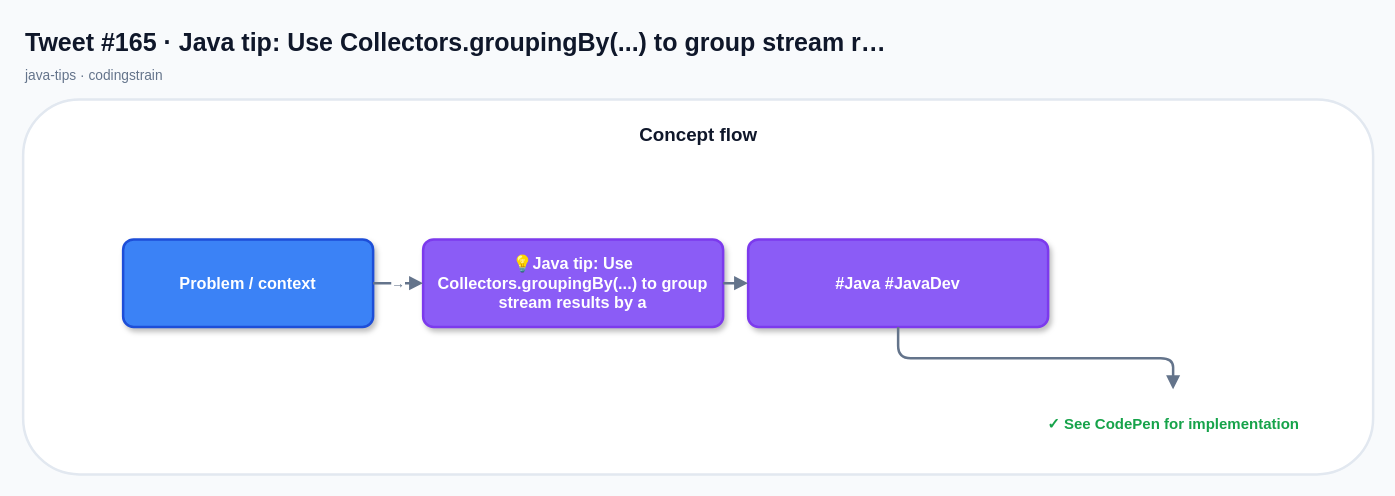
Before: x-posts-examples/generated-x-posts/drawio/tweet-165.drawio in mcasari/codingstrain, a draw.io diagram. Source tidied: cells renumbered, new cells numbered last; positions are measured from the earlier drawing's top-left corner, leaving out a move shared by most shapes. Both pictures are drawn from the tidied source at 125%, with x=0, y=0 at pixel (22, 21).
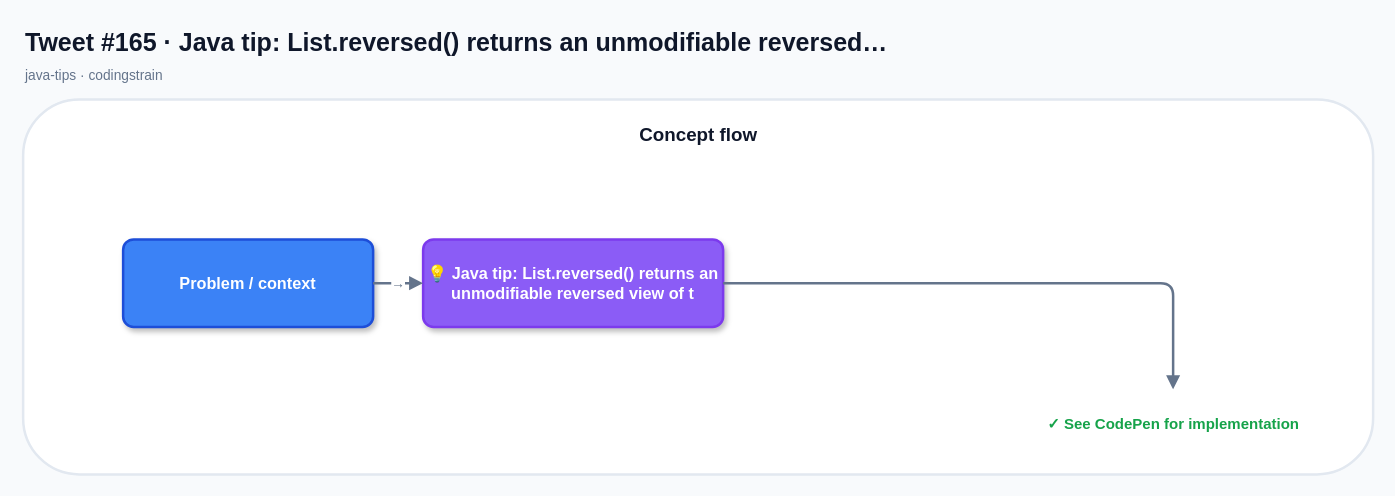
The same page after the edit.

The edit, as a diff of the source:
```diff
@@
 <mxGraphModel background="#F8FAFC">
   <root>
     <mxCell id="0" />
     <mxCell id="1" parent="0" />
-    <mxCell id="2" value="Tweet #165 · Java tip: Use Collectors.groupingBy(...) to group stream r…" style="text;html=1;strokeColor=none;fillColor=none;align=left;verticalAlign=middle;fontSize=20;fontStyle=1;fontColor=#0F172A;" parent="1" vertex="1">
+    <mxCell id="2" value="Tweet #165 · Java tip: List.reversed() returns an unmodifiable reversed…" style="text;html=1;strokeColor=none;fillColor=none;align=left;verticalAlign=middle;fontSize=20;fontStyle=1;fontColor=#0F172A;" parent="1" vertex="1">
       <mxGeometry width="760" height="32" as="geometry" />
     </mxCell>
     <mxCell id="3" value="java-tips · codingstrain" style="text;html=1;strokeColor=none;fillColor=none;align=left;verticalAlign=middle;fontSize=11;fontStyle=0;fontColor=#64748B;" parent="1" vertex="1">
       <mxGeometry y="32" width="520" height="22" as="geometry" />
     </mxCell>
     <mxCell id="4" style="rounded=1;fillColor=#FFFFFF;strokeColor=#E2E8F0;strokeWidth=2;shadow=0;" parent="1" vertex="1">
       <mxGeometry y="62" width="1080" height="300" as="geometry" />
     </mxCell>
     <mxCell id="5" value="Concept flow" style="text;html=1;strokeColor=none;fillColor=none;align=center;verticalAlign=middle;fontSize=15;fontStyle=1;fontColor=#0F172A;" parent="1" vertex="1">
       <mxGeometry x="20" y="76" width="1040" height="28" as="geometry" />
     </mxCell>
     <mxCell id="6" value="Problem / context" style="rounded=1;whiteSpace=wrap;html=1;arcSize=12;fillColor=#3B82F6;strokeColor=#1D4ED8;strokeWidth=2;fontColor=#FFFFFF;fontSize=13;fontStyle=1;shadow=1;align=center;verticalAlign=middle;" parent="1" vertex="1">
       <mxGeometry x="80" y="174" width="200" height="70" as="geometry" />
     </mxCell>
-    <mxCell id="7" value="💡Java tip: Use Collectors.groupingBy(...) to group stream results by a" style="rounded=1;whiteSpace=wrap;html=1;arcSize=12;fillColor=#8B5CF6;strokeColor=#7C3AED;strokeWidth=2;fontColor=#FFFFFF;fontSize=13;fontStyle=1;shadow=1;align=center;verticalAlign=middle;" parent="1" vertex="1">
+    <mxCell id="7" value="💡 Java tip: List.reversed() returns an unmodifiable reversed view of t" style="rounded=1;whiteSpace=wrap;html=1;arcSize=12;fillColor=#8B5CF6;strokeColor=#7C3AED;strokeWidth=2;fontColor=#FFFFFF;fontSize=13;fontStyle=1;shadow=1;align=center;verticalAlign=middle;" parent="1" vertex="1">
       <mxGeometry x="320" y="174" width="240" height="70" as="geometry" />
     </mxCell>
     <mxCell id="8" value="→" style="edgeStyle=orthogonalEdgeStyle;rounded=1;jettySize=auto;html=1;endArrow=block;endFill=1;startArrow=none;strokeColor=#64748B;strokeWidth=2;fontColor=#64748B;fontSize=11;" parent="1" edge="1" source="6" target="7">
       <mxGeometry relative="1" as="geometry" />
     </mxCell>
-    <mxCell id="9" value="#Java #JavaDev" style="rounded=1;whiteSpace=wrap;html=1;arcSize=12;fillColor=#8B5CF6;strokeColor=#7C3AED;strokeWidth=2;fontColor=#FFFFFF;fontSize=13;fontStyle=1;shadow=1;align=center;verticalAlign=middle;" parent="1" vertex="1">
-      <mxGeometry x="580" y="174" width="240" height="70" as="geometry" />
+    <mxCell id="9" value="✓ See CodePen for implementation" style="text;html=1;strokeColor=none;fillColor=none;align=center;verticalAlign=middle;fontSize=12;fontStyle=1;fontColor=#16A34A;" parent="1" vertex="1">
+      <mxGeometry x="800" y="294" width="240" height="56" as="geometry" />
     </mxCell>
     <mxCell id="10" style="edgeStyle=orthogonalEdgeStyle;rounded=1;jettySize=auto;html=1;endArrow=block;endFill=1;startArrow=none;strokeColor=#64748B;strokeWidth=2;fontColor=#64748B;fontSize=11;" parent="1" edge="1" source="7" target="9">
       <mxGeometry relative="1" as="geometry" />
     </mxCell>
-    <mxCell id="11" value="✓ See CodePen for implementation" style="text;html=1;strokeColor=none;fillColor=none;align=center;verticalAlign=middle;fontSize=12;fontStyle=1;fontColor=#16A34A;" parent="1" vertex="1">
-      <mxGeometry x="800" y="294" width="240" height="56" as="geometry" />
-    </mxCell>
-    <mxCell id="12" style="edgeStyle=orthogonalEdgeStyle;rounded=1;jettySize=auto;html=1;endArrow=block;endFill=1;startArrow=none;strokeColor=#64748B;strokeWidth=2;fontColor=#64748B;fontSize=11;" parent="1" edge="1" source="9" target="11">
-      <mxGeometry relative="1" as="geometry" />
-    </mxCell>
   </root>
 </mxGraphModel>
```
